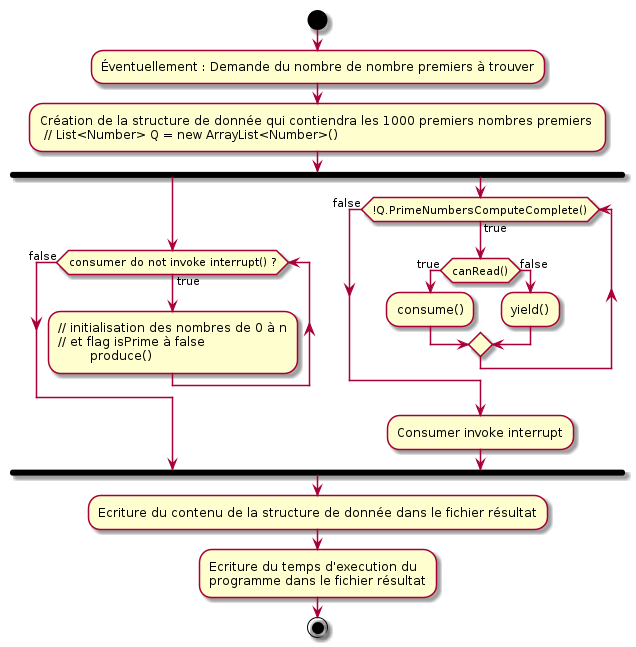
Above: ActivityDiagram.png in FScholsen/PrimeNumber (PlantUML), before the change.
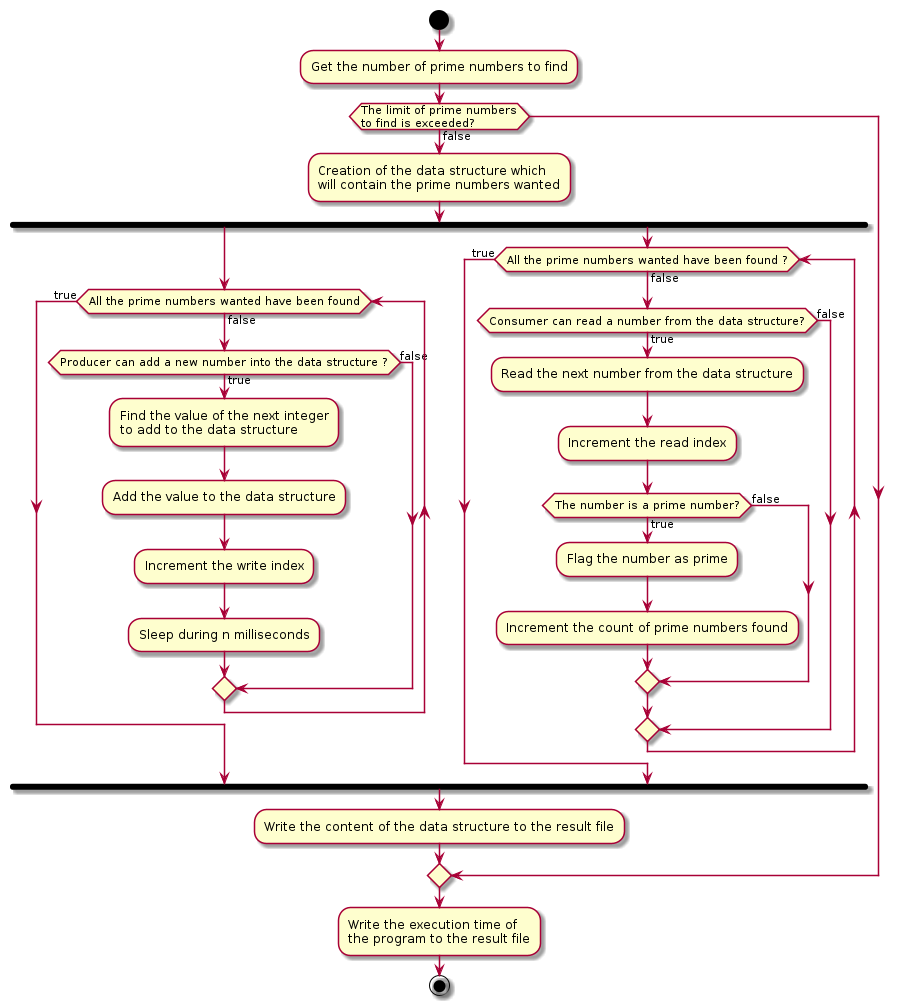
The same diagram one commit later.

Commit message:
update Activity diagram

Change to the diagram source:
```diff
@@ -1,22 +1,34 @@
 @startuml
 start
-:Éventuellement : Demande du nombre de nombre premiers à trouver;
-:Création de la structure de donnée qui contiendra les 1000 premiers nombres premiers \n // List<Number> Q = new ArrayList<Number>();
-fork
-	while (consumer do not invoke interrupt() ?) is (true)
-		:// initialisation des nombres de 0 à n\n// et flag isPrime à false\n\tproduce();
-	endwhile (false)
-fork again
-	while (!Q.PrimeNumbersComputeComplete()) is (true)
-		if (canRead()) then (true)
-			:consume();
-		else (false)
-			:yield();
-		endif
-	endwhile (false)
-	:Consumer invoke interrupt;
-end fork
-:Ecriture du contenu de la structure de donnée dans le fichier résultat;
-:Ecriture du temps d'execution du\nprogramme dans le fichier résultat;
+:Get the number of prime numbers to find;
+if(The limit of prime numbers\nto find is exceeded?) then (false)
+	:Creation of the data structure which\nwill contain the prime numbers wanted;
+	fork
+		while (All the prime numbers wanted have been found) is (false)
+			if (Producer can add a new number into the data structure ?) then (true)
+				:Find the value of the next integer\nto add to the data structure;
+				:Add the value to the data structure;
+				:Increment the write index;
+				:Sleep during n milliseconds;
+			else (false)
+			endif
+		endwhile (true)
+	fork again
+		while (All the prime numbers wanted have been found ?) is (false)
+			if (Consumer can read a number from the data structure?) then (true)
+				:Read the next number from the data structure;
+				:Increment the read index;
+				if(The number is a prime number?) then (true)
+					:Flag the number as prime;
+					:Increment the count of prime numbers found;
+				else (false)
+				endif
+			else (false)
+			endif
+		endwhile (true)
+	end fork
+	:Write the content of the data structure to the result file;
+endif
+:Write the execution time of\nthe program to the result file;
 stop
 @enduml
```
